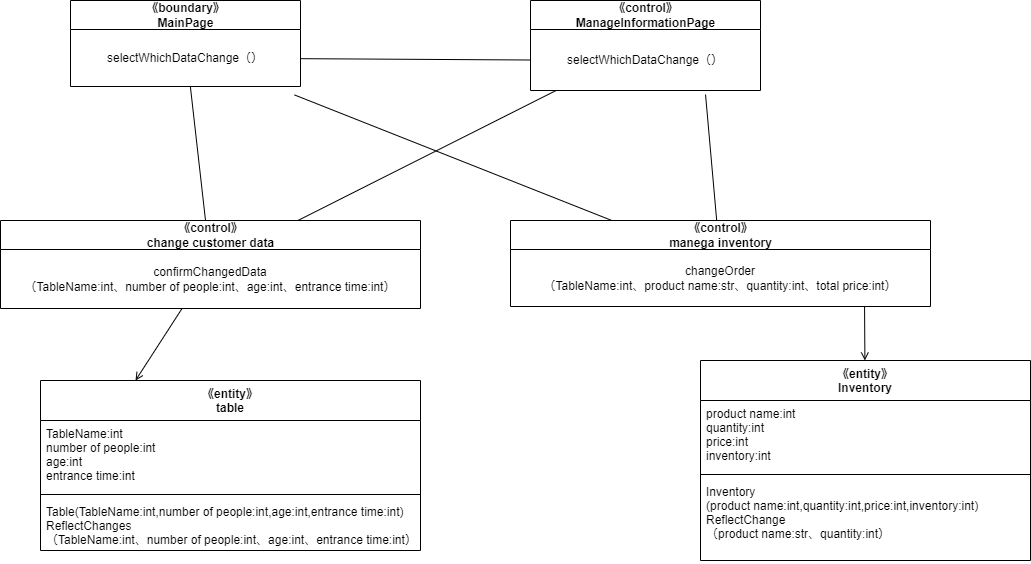
The draw.io diagram psp4/設計モデルのクラス/設計モデルクラス図_情報変更.drawio.png in MasakiHiguchi/---, before a commit. Source tidied: cells renumbered, new cells last; positions are measured from the earlier drawing's top-left corner, leaving out a move shared by most shapes.
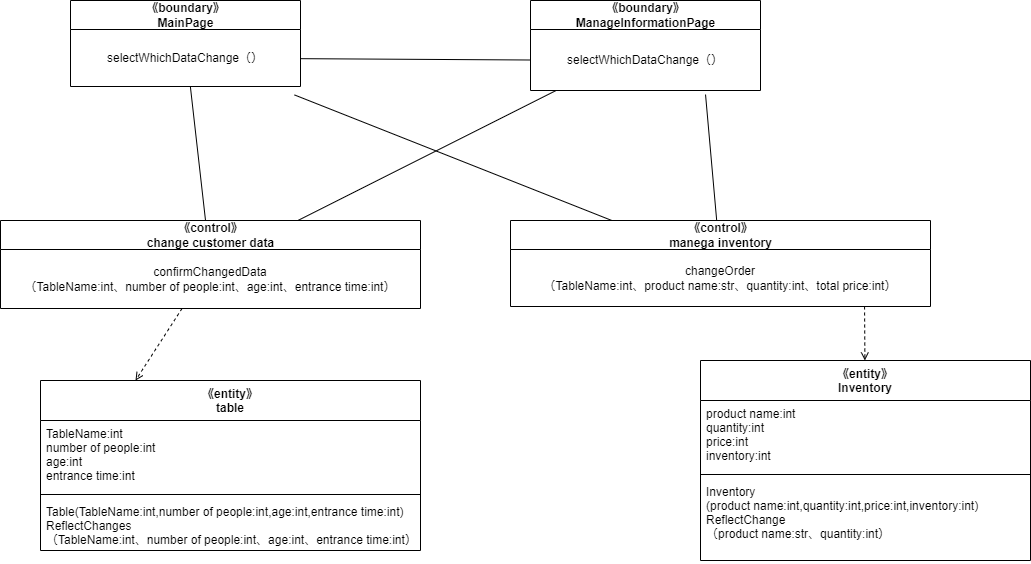
The same file after the commit.

The edit, as a diff of the source:
```diff
@@ -14,7 +14,7 @@
     <mxCell id="5" value="Table(TableName:int,number of people:int,age:int,entrance time:int)&#10;ReflectChanges&#10;（TableName:int、number of people:int、age:int、entrance time:int）" style="text;strokeColor=none;fillColor=none;align=left;verticalAlign=top;spacingLeft=4;spacingRight=4;overflow=hidden;" parent="2" vertex="1">
       <mxGeometry y="118" width="380" height="52" as="geometry" />
     </mxCell>
-    <mxCell id="6" style="edgeStyle=none;html=1;entryX=0.25;entryY=0;entryDx=0;entryDy=0;endArrow=open;endFill=0;" parent="1" edge="1" source="7" target="2">
+    <mxCell id="6" style="edgeStyle=none;html=1;entryX=0.25;entryY=0;entryDx=0;entryDy=0;endArrow=open;endFill=0;dashed=1;" parent="1" edge="1" source="7" target="2">
       <mxGeometry relative="1" as="geometry" />
     </mxCell>
     <mxCell id="7" value="《control》&lt;br&gt;change customer data" style="swimlane;fontStyle=1;align=center;verticalAlign=middle;horizontal=1;startSize=29;html=1;" parent="1" vertex="1">
@@ -35,7 +35,7 @@
     <mxCell id="12" style="edgeStyle=none;html=1;endArrow=none;endFill=0;" parent="1" edge="1" source="13" target="7">
       <mxGeometry relative="1" as="geometry" />
     </mxCell>
-    <mxCell id="13" value="《control》&lt;br&gt;ManageInformationPage" style="swimlane;fontStyle=1;align=center;verticalAlign=middle;horizontal=1;startSize=29;html=1;" parent="1" vertex="1">
+    <mxCell id="13" value="《boundary》&lt;br&gt;ManageInformationPage" style="swimlane;fontStyle=1;align=center;verticalAlign=middle;horizontal=1;startSize=29;html=1;" parent="1" vertex="1">
       <mxGeometry x="530" width="230" height="90" as="geometry" />
     </mxCell>
     <mxCell id="14" value="selectWhichDataChange（）" style="text;html=1;strokeColor=none;fillColor=none;align=center;verticalAlign=middle;spacingLeft=4;spacingRight=4;overflow=hidden;points=[[0,0.5],[1,0.5]];portConstraint=eastwest;" parent="13" vertex="1">
@@ -68,7 +68,7 @@
     <mxCell id="23" value="Inventory&#10;(product name:int,quantity:int,price:int,inventory:int)&#10;ReflectChange&#10;（product name:str、quantity:int）" style="text;strokeColor=none;fillColor=none;align=left;verticalAlign=top;spacingLeft=4;spacingRight=4;overflow=hidden;" parent="20" vertex="1">
       <mxGeometry y="118" width="330" height="82" as="geometry" />
     </mxCell>
-    <mxCell id="24" style="edgeStyle=none;html=1;endArrow=open;endFill=0;exitX=0.843;exitY=1;exitDx=0;exitDy=0;exitPerimeter=0;" parent="1" edge="1" source="19" target="20">
+    <mxCell id="24" style="edgeStyle=none;html=1;endArrow=open;endFill=0;exitX=0.843;exitY=1;exitDx=0;exitDy=0;exitPerimeter=0;dashed=1;" parent="1" edge="1" source="19" target="20">
       <mxGeometry relative="1" as="geometry" />
     </mxCell>
   </root>
```
